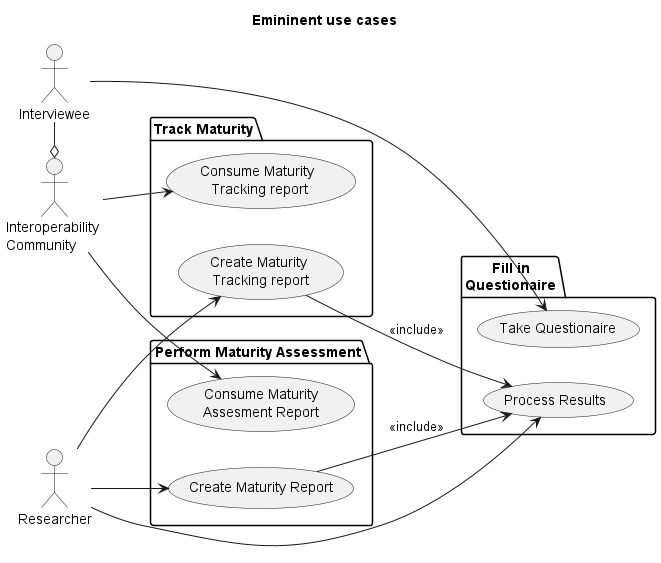
Above: out/UsecasesUsecaseModels/EminentUsecases/Emininent use cases.png in int-net/EminentModel (PlantUML), before the change.
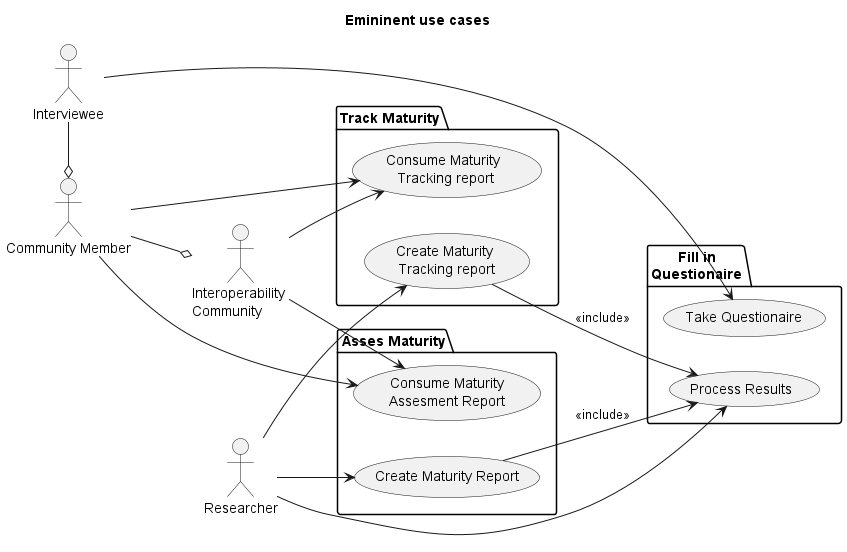
The same diagram one commit later.

Commit message:
added usecase diagram, process diagram and documentation

What changed in the source:
```diff
@@ -4,10 +4,11 @@
 title "Emininent use cases"
 
 actor "Interoperability \nCommunity" as iopc
+actor "Community Member" as cm
 actor "Interviewee" as intrvw
 actor "Researcher" as rsrch
 
-package "Perform Maturity Assessment" {
+package "Asses Maturity" {
     usecase "Create Maturity Report" as crmrpt
     usecase "Consume Maturity\nAssesment Report" as comrpt
 }
@@ -25,10 +26,15 @@
 crmtrpt --> pr : <<include>>
 crmrpt --> pr : <<include>>
 
-intrvw -r-o iopc
+intrvw -r-o cm
+cm --o iopc
 
 iopc --> comrpt
 iopc --> comtrpt
+
+cm --> comrpt
+cm --> comtrpt
+
 
 intrvw --> tq
 
```
